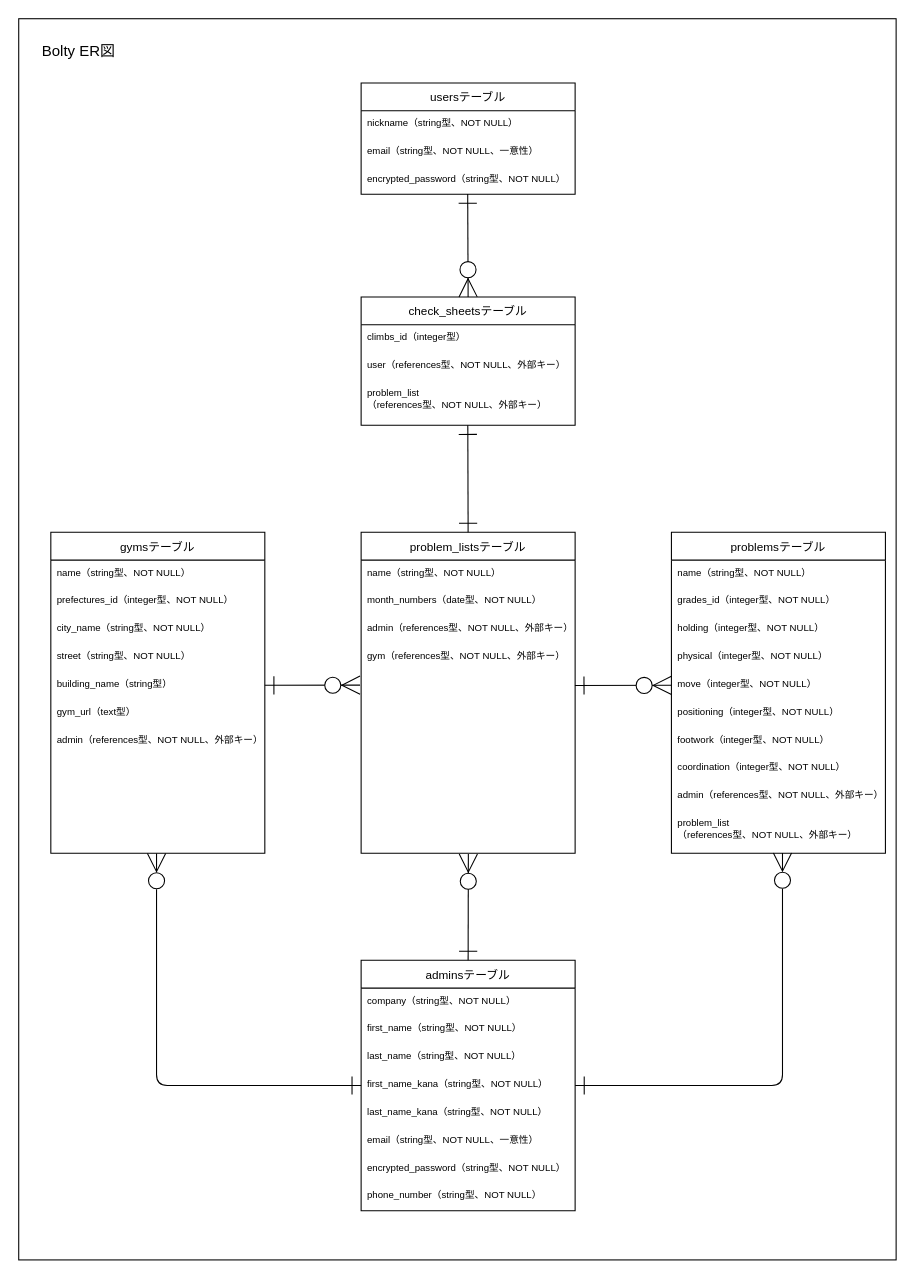
Above: ER.drawio in kazukiwada01/bolty (draw.io), before the change. Source tidied: cells renumbered, new cells numbered last; positions are measured from the earlier drawing's top-left corner, leaving out a move shared by most shapes. Both pictures are drawn from the tidied source at 107%, with x=0, y=0 at pixel (18, 18).
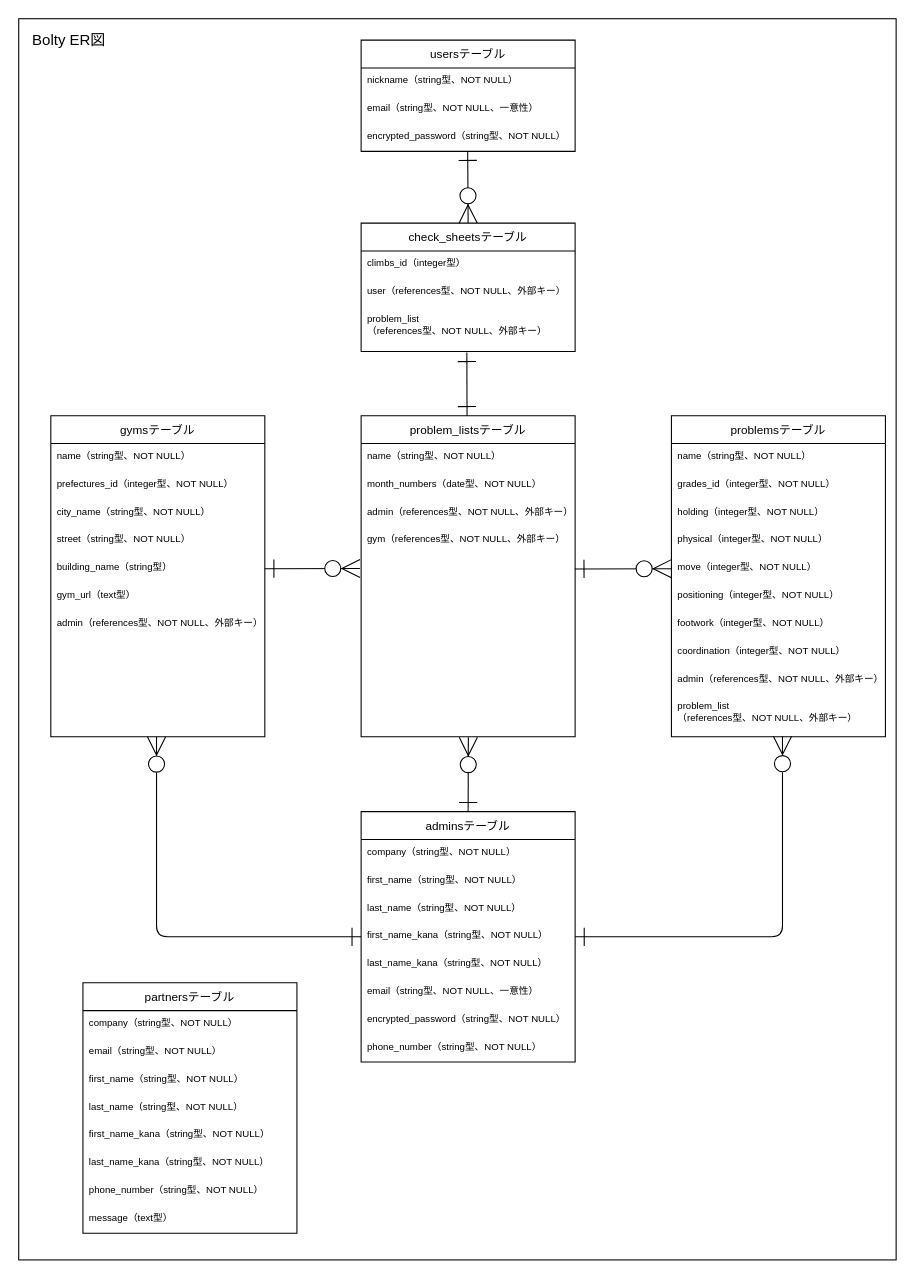
Above is the later version.

Unchanged cells that the change refers to:
```xml
<mxCell id="11" value="problem_list&#10;（references型、NOT NULL、外部キー）" style="text;strokeColor=none;fillColor=none;align=left;verticalAlign=top;spacingLeft=4;spacingRight=4;overflow=hidden;points=[[0,0.5],[1,0.5]];portConstraint=eastwest;fontColor=#000000;fontSize=9;" parent="8" vertex="1">
  <mxGeometry y="78" width="200" height="42" as="geometry" />
</mxCell>
```

Diff of the diagram source:
```diff
@@
     <mxCell id="3" value="usersテーブル" style="swimlane;fontStyle=0;horizontal=1;startSize=26;fontSize=11;fillColor=#FFFFFF;fontColor=#000000;strokeColor=#000000;" parent="1" vertex="1">
-      <mxGeometry x="320" y="60" width="200" height="104" as="geometry" />
+      <mxGeometry x="320" y="20" width="200" height="104" as="geometry" />
     </mxCell>
@@
     <mxCell id="7" value="&lt;font color=&quot;#000000&quot; style=&quot;font-size: 14px&quot;&gt;Bolty ER図&lt;/font&gt;" style="text;html=1;align=left;verticalAlign=middle;strokeColor=none;fontSize=14;" parent="1" vertex="1">
-      <mxGeometry x="20" y="20" width="80" height="20" as="geometry" />
+      <mxGeometry x="11" y="10" width="80" height="20" as="geometry" />
     </mxCell>
     <mxCell id="8" value="check_sheetsテーブル" style="swimlane;fontStyle=0;horizontal=1;startSize=26;fontSize=11;fillColor=#FFFFFF;fontColor=#000000;strokeColor=#000000;" parent="1" vertex="1">
-      <mxGeometry x="320" y="260" width="200" height="120" as="geometry" />
+      <mxGeometry x="320" y="191" width="200" height="120" as="geometry" />
     </mxCell>
@@
     <mxCell id="12" value="problem_listsテーブル" style="swimlane;fontStyle=0;horizontal=1;startSize=26;fontSize=11;fillColor=#FFFFFF;fontColor=#000000;strokeColor=#000000;" parent="1" vertex="1">
-      <mxGeometry x="320" y="480" width="200" height="300" as="geometry" />
+      <mxGeometry x="320" y="371" width="200" height="300" as="geometry" />
     </mxCell>
@@
     <mxCell id="17" value="adminsテーブル" style="swimlane;fontStyle=0;horizontal=1;startSize=26;fontSize=11;fillColor=#FFFFFF;fontColor=#000000;strokeColor=#000000;" parent="1" vertex="1">
-      <mxGeometry x="320" y="880" width="200" height="234" as="geometry" />
+      <mxGeometry x="320" y="741" width="200" height="234" as="geometry" />
     </mxCell>
@@
     <mxCell id="26" value="problemsテーブル" style="swimlane;fontStyle=0;horizontal=1;startSize=26;fontSize=11;fillColor=#FFFFFF;fontColor=#000000;strokeColor=#000000;" parent="1" vertex="1">
-      <mxGeometry x="610" y="480" width="200" height="300" as="geometry" />
+      <mxGeometry x="610" y="371" width="200" height="300" as="geometry" />
     </mxCell>
@@
     <mxCell id="37" value="gymsテーブル" style="swimlane;fontStyle=0;horizontal=1;startSize=26;fontSize=11;fillColor=#FFFFFF;fontColor=#000000;strokeColor=#000000;" parent="1" vertex="1">
-      <mxGeometry x="30" y="480" width="200" height="300" as="geometry" />
+      <mxGeometry x="30" y="371" width="200" height="300" as="geometry" />
     </mxCell>
@@
-    <mxCell id="46" style="edgeStyle=none;html=1;exitX=0.5;exitY=0;exitDx=0;exitDy=0;fontSize=12;fontColor=#000000;startArrow=ERone;startFill=0;endArrow=ERone;endFill=0;startSize=15;endSize=15;strokeColor=#000000;entryX=0.498;entryY=0.997;entryDx=0;entryDy=0;entryPerimeter=0;" parent="1" edge="1" source="12">
+    <mxCell id="46" style="edgeStyle=none;html=1;fontSize=12;fontColor=#000000;startArrow=ERone;startFill=0;endArrow=ERone;endFill=0;startSize=15;endSize=15;strokeColor=#000000;entryX=0.494;entryY=1.022;entryDx=0;entryDy=0;entryPerimeter=0;" parent="1" edge="1" target="11">
       <mxGeometry relative="1" as="geometry">
-        <mxPoint x="419.7" y="380" as="targetPoint" />
+        <mxPoint x="419" y="371" as="sourcePoint" />
       </mxGeometry>
     </mxCell>
@@
+    <mxCell id="52" value="partnersテーブル" style="swimlane;fontStyle=0;horizontal=1;startSize=26;fontSize=11;fillColor=#FFFFFF;fontColor=#000000;strokeColor=#000000;" parent="1" vertex="1">
+      <mxGeometry x="60" y="901" width="200" height="234" as="geometry" />
+    </mxCell>
+    <mxCell id="53" value="company（string型、NOT NULL）" style="text;strokeColor=none;fillColor=none;align=left;verticalAlign=top;spacingLeft=4;spacingRight=4;overflow=hidden;fontColor=#000000;fontSize=9;" parent="52" vertex="1">
+      <mxGeometry y="26" width="200" height="26" as="geometry" />
+    </mxCell>
+    <mxCell id="54" value="email（string型、NOT NULL）" style="text;strokeColor=none;fillColor=none;align=left;verticalAlign=top;spacingLeft=4;spacingRight=4;overflow=hidden;fontColor=#000000;fontSize=9;" parent="52" vertex="1">
+      <mxGeometry y="52" width="200" height="26" as="geometry" />
+    </mxCell>
+    <mxCell id="55" value="first_name（string型、NOT NULL）" style="text;strokeColor=none;fillColor=none;align=left;verticalAlign=top;spacingLeft=4;spacingRight=4;overflow=hidden;fontColor=#000000;fontSize=9;" parent="52" vertex="1">
+      <mxGeometry y="78" width="200" height="26" as="geometry" />
+    </mxCell>
+    <mxCell id="56" value="last_name（string型、NOT NULL）" style="text;strokeColor=none;fillColor=none;align=left;verticalAlign=top;spacingLeft=4;spacingRight=4;overflow=hidden;fontColor=#000000;fontSize=9;" parent="52" vertex="1">
+      <mxGeometry y="104" width="200" height="26" as="geometry" />
+    </mxCell>
+    <mxCell id="57" value="first_name_kana（string型、NOT NULL）" style="text;strokeColor=none;fillColor=none;align=left;verticalAlign=top;spacingLeft=4;spacingRight=4;overflow=hidden;fontColor=#000000;fontSize=9;" parent="52" vertex="1">
+      <mxGeometry y="130" width="200" height="26" as="geometry" />
+    </mxCell>
+    <mxCell id="58" value="last_name_kana（string型、NOT NULL）" style="text;strokeColor=none;fillColor=none;align=left;verticalAlign=top;spacingLeft=4;spacingRight=4;overflow=hidden;fontColor=#000000;fontSize=9;" parent="52" vertex="1">
+      <mxGeometry y="156" width="200" height="26" as="geometry" />
+    </mxCell>
+    <mxCell id="59" value="phone_number（string型、NOT NULL）" style="text;strokeColor=none;fillColor=none;align=left;verticalAlign=top;spacingLeft=4;spacingRight=4;overflow=hidden;fontColor=#000000;fontSize=9;" parent="52" vertex="1">
+      <mxGeometry y="182" width="200" height="26" as="geometry" />
+    </mxCell>
+    <mxCell id="60" value="message（text型）" style="text;strokeColor=none;fillColor=none;align=left;verticalAlign=top;spacingLeft=4;spacingRight=4;overflow=hidden;fontColor=#000000;fontSize=9;" parent="52" vertex="1">
+      <mxGeometry y="208" width="200" height="26" as="geometry" />
+    </mxCell>
```
